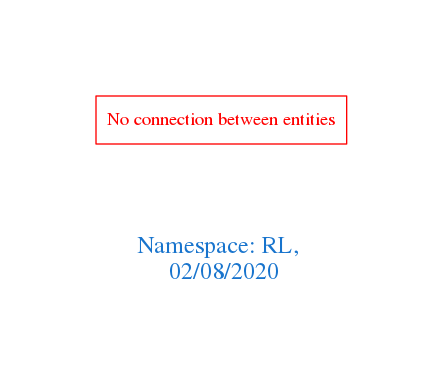
This is downloads/RL.png from arago/OGIT, a Graphviz export, as it was before one commit. Its source is kept beside it as downloads/RL.dot.
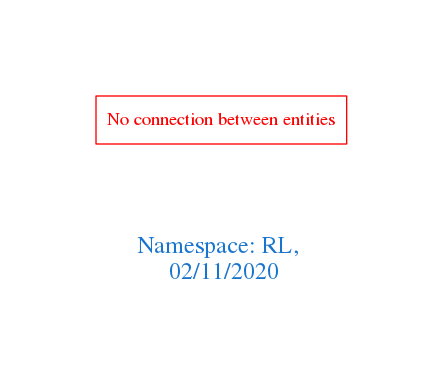
After the commit.

The edit, as a diff of the source:
```diff
@@ -1,7 +1,7 @@
 digraph OGIT_ontology {
  graph [ rankdir= LR,pad=1
 fontsize = 18,
-fontcolor= dodgerblue3,label = "\n\n\nNamespace: RL, \n 02/08/2020"];
+fontcolor= dodgerblue3,label = "\n\n\nNamespace: RL, \n 02/11/2020"];
 node[shape=polygon];
 edge [  color="gray81"];
 
```
